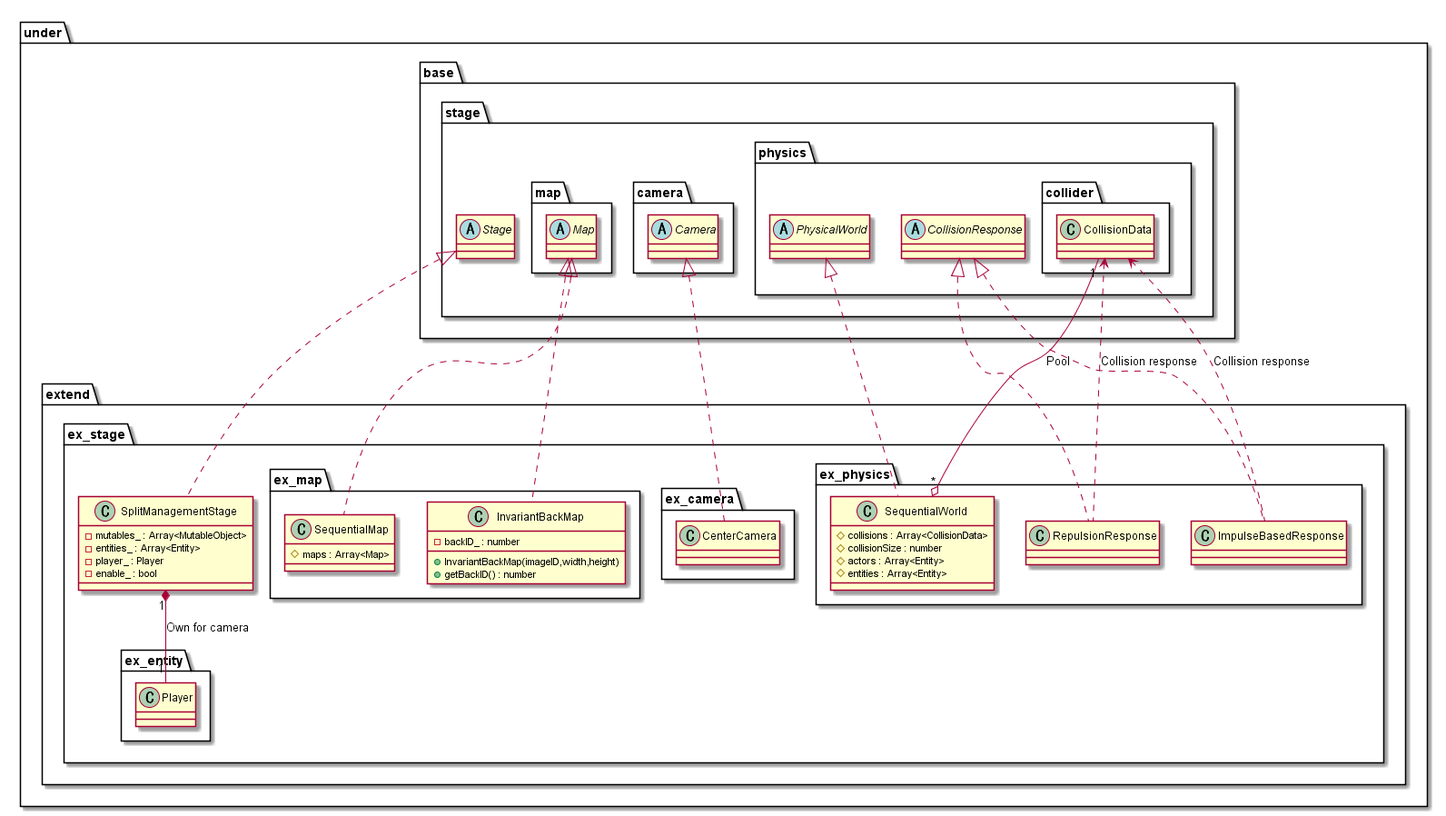
Expine/Under keeps this PlantUML diagram as out/uml/stage/Extend/StageExtend.png. Above is the earlier version.
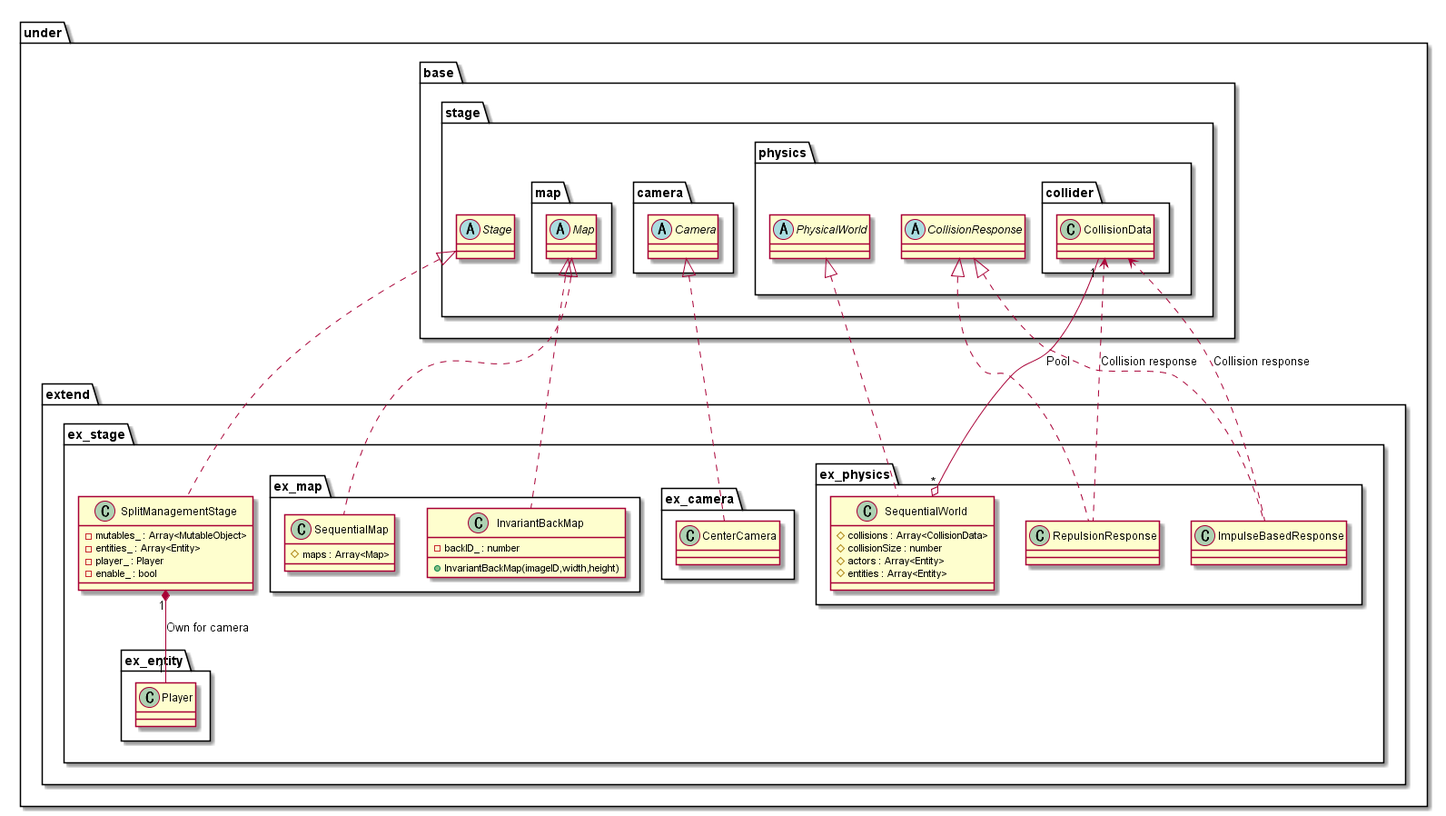
After the change.

Diff of the diagram source:
```diff
@@ -15,7 +15,6 @@
                 class InvariantBackMap {
                     +InvariantBackMap(imageID,width,height)
                     -backID_ : number
-                    +getBackID() : number
                 }
             }
             package ex_camera {
```
